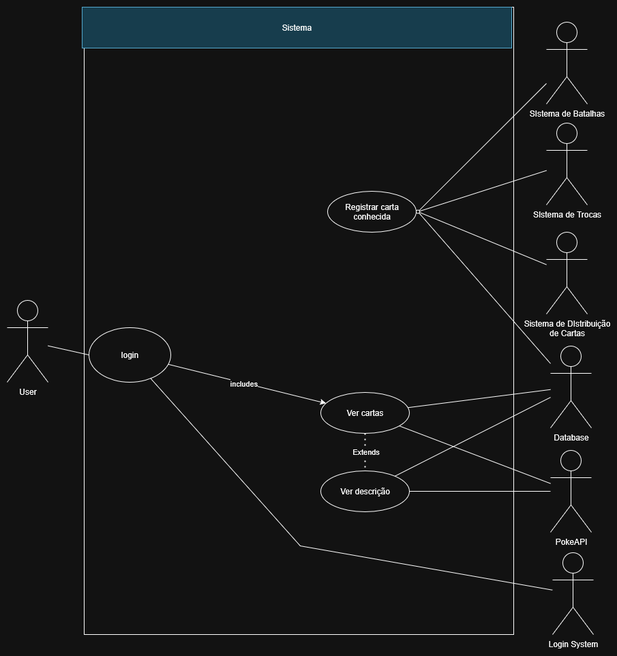
Above: assets/uml-casos-de-uso.png in Inatel-S03-2025-2/pokedex-cartas-conhecidas (draw.io), before the change. Source tidied: cells renumbered, new cells last; positions are measured from the earlier drawing's top-left corner, leaving out a move shared by most shapes.
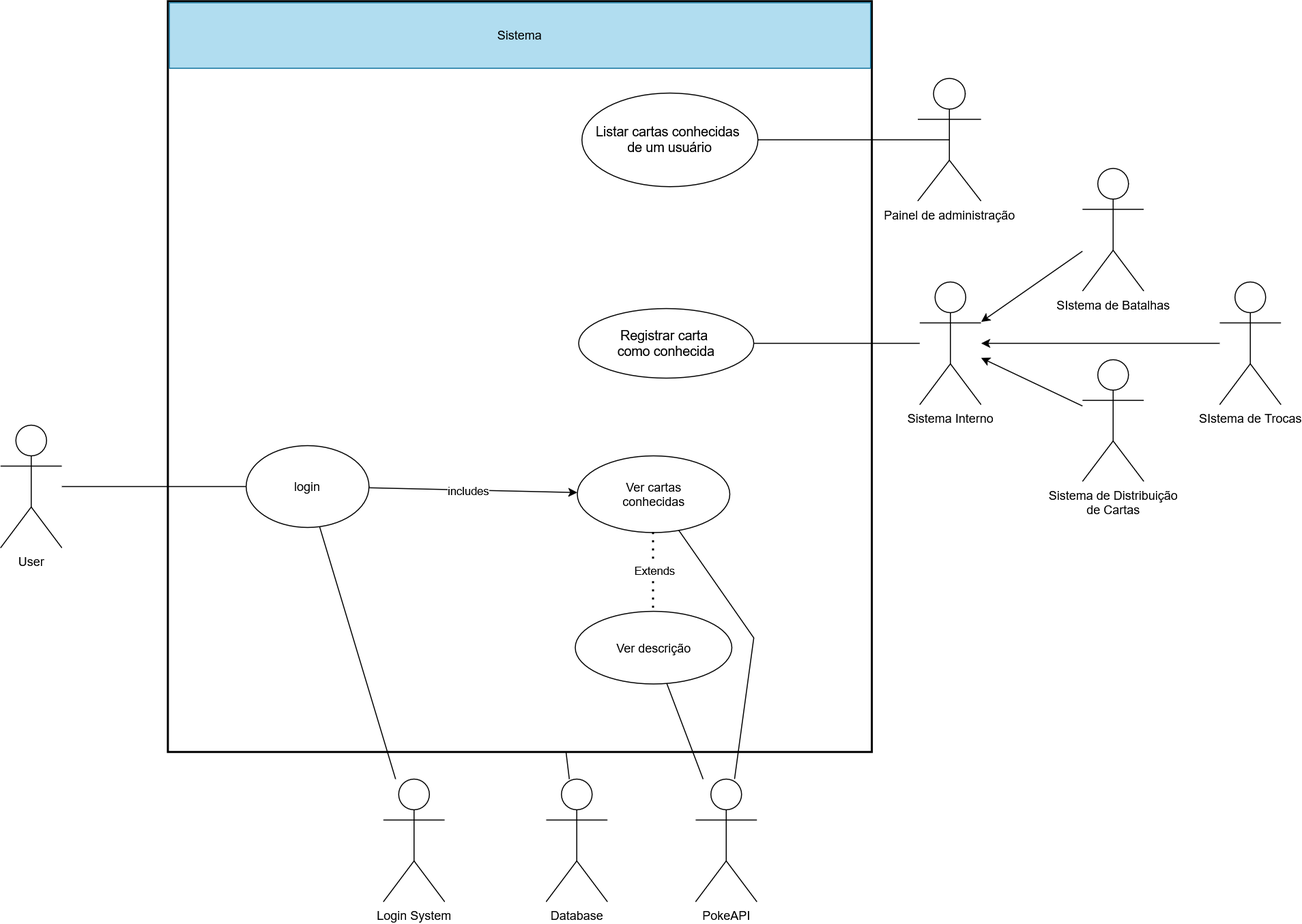
After the change.

Commit message:
refac: atualizando diagramas

Change to the diagram source:
```diff
@@ -2,27 +2,33 @@
   <root>
     <mxCell id="0" />
     <mxCell id="1" parent="0" />
+    <mxCell id="31" style="group;" parent="1" vertex="1">
+      <mxGeometry x="-56" y="16" width="687.8" height="734" as="geometry" />
+    </mxCell>
-    <mxCell id="2" style="rounded=0;whiteSpace=wrap;html=1;fillColor=none;" parent="1" vertex="1">
-      <mxGeometry x="113" width="630" height="920" as="geometry" />
+    <mxCell id="2" style="rounded=0;whiteSpace=wrap;html=1;fillColor=none;fontColor=#333333;strokeColor=default;gradientColor=default;strokeWidth=2;" parent="31" vertex="1">
+      <mxGeometry width="687.8" height="734" as="geometry" />
     </mxCell>
-    <mxCell id="3" value="Sistema" style="rounded=0;whiteSpace=wrap;html=1;fillColor=#b1ddf0;strokeColor=#10739e;" parent="1" vertex="1">
-      <mxGeometry x="110" width="630" height="60" as="geometry" />
+    <mxCell id="3" value="Sistema" style="rounded=0;whiteSpace=wrap;html=1;fillColor=#b1ddf0;strokeColor=#10739e;" parent="31" vertex="1">
+      <mxGeometry x="1" y="1" width="685" height="64.1" as="geometry" />
     </mxCell>
-    <mxCell id="4" style="rounded=0;jettySize=auto;html=1;endArrow=none;endFill=0;" parent="1" edge="1" source="5" target="25">
-      <mxGeometry relative="1" as="geometry" />
-    </mxCell>
+    <mxCell id="32" value="&lt;div&gt;&lt;font style=&quot;font-size: 13px;&quot;&gt;Listar cartas conhecidas&amp;nbsp;&lt;/font&gt;&lt;/div&gt;&lt;div&gt;&lt;font style=&quot;font-size: 13px;&quot;&gt;de um usuário&lt;/font&gt;&lt;/div&gt;" style="ellipse;whiteSpace=wrap;html=1;" parent="31" vertex="1">
+      <mxGeometry x="404" y="89.2" width="172" height="91.5" as="geometry" />
+    </mxCell>
+    <mxCell id="29" value="&lt;div&gt;&lt;font style=&quot;font-size: 13px;&quot;&gt;Registrar carta&amp;nbsp;&lt;/font&gt;&lt;/div&gt;&lt;div&gt;&lt;font style=&quot;font-size: 13px;&quot;&gt;como conhecida&lt;/font&gt;&lt;/div&gt;" style="ellipse;whiteSpace=wrap;html=1;" parent="31" vertex="1">
+      <mxGeometry x="400.9" y="300" width="171.1" height="68" as="geometry" />
+    </mxCell>
+    <mxCell id="7" value="&lt;div&gt;Ver cartas&lt;/div&gt;&lt;div&gt;conhecidas&lt;/div&gt;" style="ellipse;whiteSpace=wrap;html=1;" parent="31" vertex="1">
+      <mxGeometry x="399.5" y="444" width="149" height="75" as="geometry" />
+    </mxCell>
-    <mxCell id="5" value="Ver descrição" style="ellipse;whiteSpace=wrap;html=1;" parent="1" vertex="1">
-      <mxGeometry x="460" y="680" width="130" height="60" as="geometry" />
+    <mxCell id="5" value="Ver descrição" style="ellipse;whiteSpace=wrap;html=1;" parent="31" vertex="1">
+      <mxGeometry x="397.5" y="596" width="153" height="71" as="geometry" />
     </mxCell>
-    <mxCell id="6" style="rounded=0;jettySize=auto;html=1;endArrow=none;endFill=0;" parent="1" edge="1" source="7" target="25">
-      <mxGeometry relative="1" as="geometry" />
-    </mxCell>
-    <mxCell id="7" value="Ver cartas" style="ellipse;whiteSpace=wrap;html=1;" parent="1" vertex="1">
-      <mxGeometry x="460" y="565" width="130" height="60" as="geometry" />
-    </mxCell>
-    <mxCell id="8" style="rounded=0;jettySize=auto;html=1;endArrow=none;endFill=0;" parent="1" edge="1" source="30" target="25">
-      <mxGeometry relative="1" as="geometry" />
-    </mxCell>
+    <mxCell id="23" style="endArrow=none;dashed=1;html=1;dashPattern=1 3;strokeWidth=2;rounded=0;" parent="31" edge="1" source="7" target="5">
+      <mxGeometry relative="1" as="geometry" />
+    </mxCell>
+    <mxCell id="24" value="Extends" style="edgeLabel;html=1;align=center;verticalAlign=middle;" parent="23" vertex="1">
+      <mxGeometry x="-0.05" relative="1" as="geometry" />
+    </mxCell>
     <mxCell id="9" style="endArrow=classic;html=1;rounded=0;" parent="1" edge="1" source="13" target="7">
       <mxGeometry relative="1" as="geometry" />
     </mxCell>
@@ -30,68 +36,68 @@
       <mxGeometry x="-0.05" relative="1" as="geometry" />
     </mxCell>
     <mxCell id="11" value="&lt;div&gt;User&lt;/div&gt;" style="shape=umlActor;verticalLabelPosition=bottom;verticalAlign=top;html=1;outlineConnect=0;" parent="1" vertex="1">
-      <mxGeometry y="430" width="60" height="120" as="geometry" />
+      <mxGeometry x="-220" y="430" width="60" height="120" as="geometry" />
     </mxCell>
-    <mxCell id="12" value="Sistema de DIstribuição &lt;br&gt;de Cartas" style="shape=umlActor;verticalLabelPosition=bottom;verticalAlign=top;html=1;outlineConnect=0;" parent="1" vertex="1">
-      <mxGeometry x="791" y="330" width="60" height="120" as="geometry" />
+    <mxCell id="12" value="Sistema de Distribuição &lt;br&gt;de Cartas" style="shape=umlActor;verticalLabelPosition=bottom;verticalAlign=top;html=1;outlineConnect=0;" parent="1" vertex="1">
+      <mxGeometry x="837" y="366" width="60" height="119" as="geometry" />
     </mxCell>
+    <mxCell id="33" style="rounded=0;jettySize=auto;html=1;endArrow=none;endFill=0;" parent="1" edge="1" source="13" target="15">
+      <mxGeometry relative="1" as="geometry" />
+    </mxCell>
     <mxCell id="13" value="login" style="ellipse;whiteSpace=wrap;html=1;" parent="1" vertex="1">
-      <mxGeometry x="120" y="470" width="120" height="80" as="geometry" />
+      <mxGeometry x="20" y="450" width="120" height="80" as="geometry" />
     </mxCell>
     <mxCell id="14" style="endArrow=none;html=1;rounded=0;entryX=0;entryY=0.5;entryDx=0;entryDy=0;" parent="1" edge="1" source="11" target="13">
       <mxGeometry relative="1" as="geometry" />
     </mxCell>
     <mxCell id="15" value="Login System" style="shape=umlActor;verticalLabelPosition=bottom;verticalAlign=top;html=1;outlineConnect=0;" parent="1" vertex="1">
-      <mxGeometry x="800" y="800" width="60" height="120" as="geometry" />
+      <mxGeometry x="154" y="776" width="60" height="120" as="geometry" />
     </mxCell>
-    <mxCell id="16" style="endArrow=none;html=1;rounded=0;" parent="1" edge="1" source="15" target="13">
-      <mxGeometry relative="1" as="geometry">
-        <Array as="points">
-          <mxPoint x="430" y="790" />
-        </Array>
-      </mxGeometry>
-    </mxCell>
     <mxCell id="17" value="PokeAPI" style="shape=umlActor;verticalLabelPosition=bottom;verticalAlign=top;html=1;outlineConnect=0;" parent="1" vertex="1">
-      <mxGeometry x="797" y="650" width="60" height="120" as="geometry" />
+      <mxGeometry x="459" y="776" width="60" height="120" as="geometry" />
     </mxCell>
     <mxCell id="18" style="endArrow=none;html=1;rounded=0;" parent="1" edge="1" source="5" target="17">
       <mxGeometry relative="1" as="geometry" />
     </mxCell>
     <mxCell id="19" style="endArrow=none;html=1;rounded=0;" parent="1" edge="1" source="7" target="17">
-      <mxGeometry relative="1" as="geometry" />
+      <mxGeometry relative="1" as="geometry">
+        <Array as="points">
+          <mxPoint x="516" y="638" />
+        </Array>
+      </mxGeometry>
     </mxCell>
-    <mxCell id="20" style="endArrow=none;html=1;rounded=0;" parent="1" edge="1" source="30" target="12">
+    <mxCell id="20" style="endArrow=none;html=1;rounded=0;endFill=0;startArrow=classic;startFill=1;" parent="1" edge="1" source="37" target="12">
       <mxGeometry relative="1" as="geometry" />
     </mxCell>
     <mxCell id="21" value="SIstema de Trocas" style="shape=umlActor;verticalLabelPosition=bottom;verticalAlign=top;html=1;outlineConnect=0;" parent="1" vertex="1">
-      <mxGeometry x="791" y="170" width="60" height="120" as="geometry" />
+      <mxGeometry x="971" y="290" width="60" height="120" as="geometry" />
     </mxCell>
-    <mxCell id="22" style="endArrow=none;html=1;rounded=0;" parent="1" edge="1" source="30" target="21">
-      <mxGeometry relative="1" as="geometry" />
-    </mxCell>
-    <mxCell id="23" style="endArrow=none;dashed=1;html=1;dashPattern=1 3;strokeWidth=2;rounded=0;" parent="1" edge="1" source="7" target="5">
-      <mxGeometry relative="1" as="geometry" />
-    </mxCell>
-    <mxCell id="24" value="Extends" style="edgeLabel;html=1;align=center;verticalAlign=middle;" parent="23" vertex="1">
-      <mxGeometry x="-0.05" relative="1" as="geometry" />
-    </mxCell>
+    <mxCell id="27" value="SIstema de Batalhas" style="shape=umlActor;verticalLabelPosition=bottom;verticalAlign=top;html=1;outlineConnect=0;" parent="1" vertex="1">
+      <mxGeometry x="837" y="179" width="60" height="120" as="geometry" />
+    </mxCell>
+    <mxCell id="34" value="Painel de administração" style="shape=umlActor;verticalLabelPosition=bottom;verticalAlign=top;html=1;outlineConnect=0;" parent="1" vertex="1">
+      <mxGeometry x="676" y="91" width="62" height="120" as="geometry" />
+    </mxCell>
+    <mxCell id="35" style="endArrow=none;html=1;rounded=0;entryX=0.5;entryY=0.5;entryDx=0;entryDy=0;entryPerimeter=0;exitX=1;exitY=0.5;exitDx=0;exitDy=0;" parent="1" edge="1" source="32" target="34">
+      <mxGeometry relative="1" as="geometry" />
+    </mxCell>
+    <mxCell id="36" style="rounded=0;jettySize=auto;html=1;endArrow=none;endFill=0;" parent="1" edge="1" source="25" target="2">
+      <mxGeometry relative="1" as="geometry" />
+    </mxCell>
     <mxCell id="25" value="Database" style="shape=umlActor;verticalLabelPosition=bottom;verticalAlign=top;html=1;outlineConnect=0;" parent="1" vertex="1">
-      <mxGeometry x="797" y="497" width="60" height="120" as="geometry" />
+      <mxGeometry x="313" y="776" width="60" height="120" as="geometry" />
     </mxCell>
-    <mxCell id="26" style="rounded=0;jettySize=auto;html=1;endArrow=none;endFill=0;" parent="1" edge="1" source="27" target="30">
-      <mxGeometry relative="1" as="geometry" />
-    </mxCell>
-    <mxCell id="27" value="SIstema de Batalhas" style="shape=umlActor;verticalLabelPosition=bottom;verticalAlign=top;html=1;outlineConnect=0;" parent="1" vertex="1">
-      <mxGeometry x="791" y="22" width="60" height="120" as="geometry" />
-    </mxCell>
-    <mxCell id="28" style="group;" parent="1" vertex="1">
-      <mxGeometry x="470" y="270" width="135" height="60" as="geometry" />
-    </mxCell>
-    <mxCell id="29" value="Registrar carta conhecida" style="ellipse;whiteSpace=wrap;html=1;" parent="28" vertex="1">
-      <mxGeometry width="130" height="60" as="geometry" />
-    </mxCell>
-    <mxCell id="30" style="ellipse;whiteSpace=wrap;html=1;" parent="28" vertex="1">
-      <mxGeometry x="130" y="27.5" width="5" height="5" as="geometry" />
-    </mxCell>
+    <mxCell id="37" value="Sistema Interno" style="shape=umlActor;verticalLabelPosition=bottom;verticalAlign=top;html=1;outlineConnect=0;" parent="1" vertex="1">
+      <mxGeometry x="678" y="290" width="60" height="120" as="geometry" />
+    </mxCell>
+    <mxCell id="38" style="endArrow=none;html=1;rounded=0;endFill=0;startArrow=classic;startFill=1;" parent="1" edge="1" source="37" target="21">
+      <mxGeometry relative="1" as="geometry" />
+    </mxCell>
+    <mxCell id="39" style="endArrow=none;html=1;rounded=0;endFill=0;startArrow=classic;startFill=1;" parent="1" edge="1" source="37" target="27">
+      <mxGeometry relative="1" as="geometry" />
+    </mxCell>
+    <mxCell id="40" style="rounded=0;jettySize=auto;html=1;endArrow=none;endFill=0;" parent="1" edge="1" source="29" target="37">
+      <mxGeometry relative="1" as="geometry" />
+    </mxCell>
   </root>
 </mxGraphModel>
```
